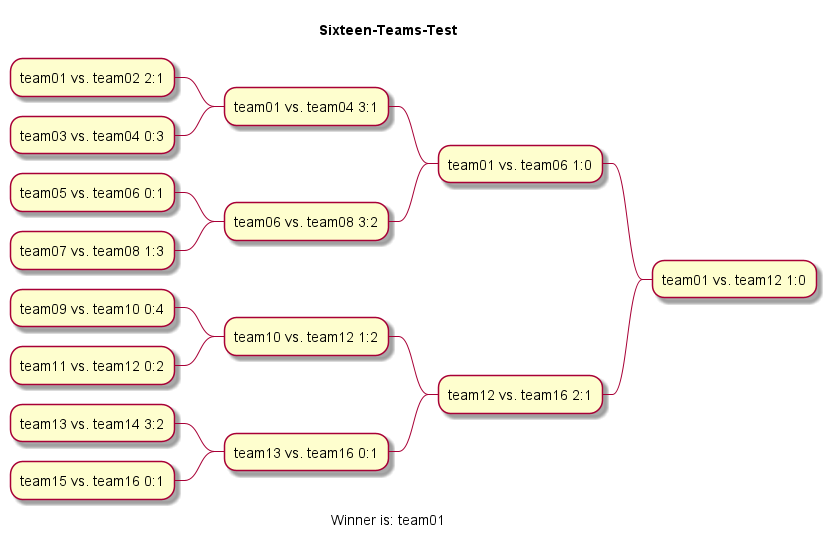
htl-leonding-project/2022-4ahif-autohaus keeps this PlantUML diagram as asciidocs/images/generated-diagrams/Sixteen-Teams-Test.png. Above is the earlier version. Its diagram source:
```plantuml
@startmindmap Sixteen-Teams-Test.svg
title Sixteen-Teams-Test

- team01 vs. team12 1:0

-- team01 vs. team06 1:0

--- team01 vs. team04 3:1

---- team01 vs. team02 2:1

---- team03 vs. team04 0:3

--- team06 vs. team08 3:2

---- team05 vs. team06 0:1

---- team07 vs. team08 1:3

-- team12 vs. team16 2:1

--- team10 vs. team12 1:2

---- team09 vs. team10 0:4

---- team11 vs. team12 0:2

--- team13 vs. team16 0:1

---- team13 vs. team14 3:2

---- team15 vs. team16 0:1
caption Winner is: team01
@endmindmap
```
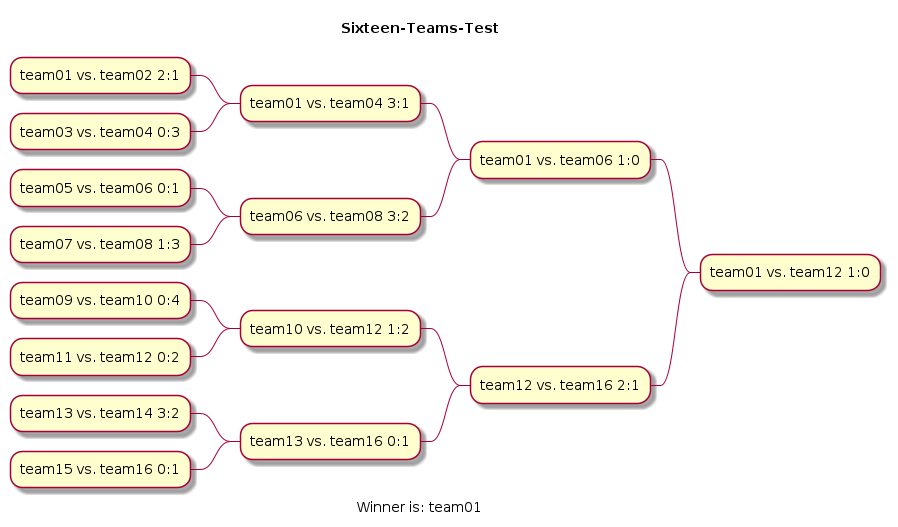
After the change.

Change to the diagram source:
```diff
@@ -1,4 +1,4 @@
-@startmindmap Sixteen-Teams-Test.svg
+@startmindmap Sixteen-Teams-Test.png
 title Sixteen-Teams-Test
 
 - team01 vs. team12 1:0
```
